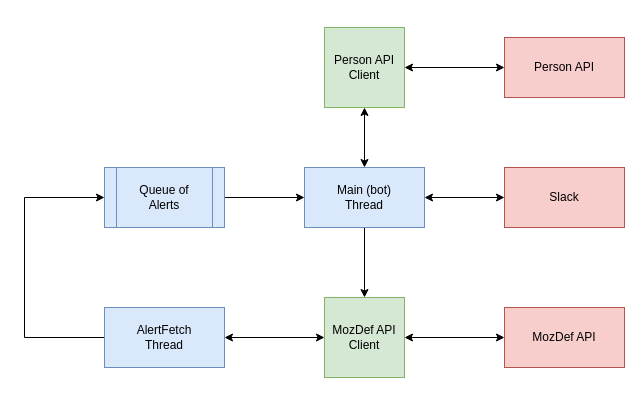
Above: docs/diagrams/bot_architecture.drawio in mozilla/MozDef-Triage-Bot (draw.io), before the change. Source tidied: cells renumbered, new cells numbered last; positions are measured from the earlier drawing's top-left corner, leaving out a move shared by most shapes. Both pictures are drawn from the tidied source at 100%, with x=0, y=0 at pixel (24, 27).
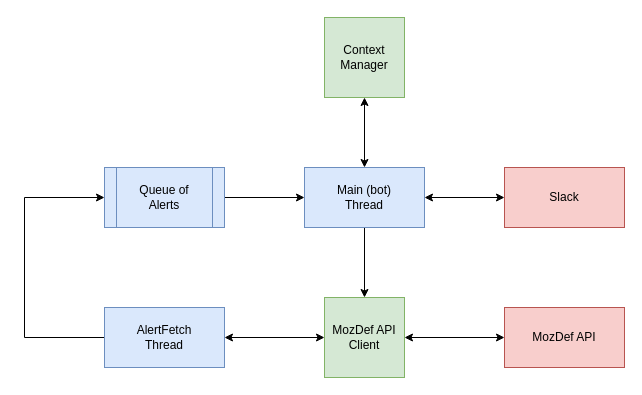
After the change.

Commit message (it also covers changes not shown here):
Slack username lookup can happen through Slack API but we need to manage context around interactive messages

What changed in the source:
```diff
@@
 <mxGraphModel>
   <root>
     <mxCell id="0" />
     <mxCell id="1" parent="0" />
     <mxCell id="2" style="edgeStyle=orthogonalEdgeStyle;rounded=0;jettySize=auto;html=1;exitX=0;exitY=0.5;exitDx=0;exitDy=0;entryX=0;entryY=0.5;entryDx=0;entryDy=0;" parent="1" edge="1" source="4" target="9">
       <mxGeometry relative="1" as="geometry">
         <Array as="points">
           <mxPoint y="310" />
           <mxPoint y="170" />
         </Array>
       </mxGeometry>
     </mxCell>
     <mxCell id="3" style="edgeStyle=orthogonalEdgeStyle;rounded=0;jettySize=auto;html=1;exitX=1;exitY=0.5;exitDx=0;exitDy=0;entryX=0;entryY=0.5;entryDx=0;entryDy=0;startArrow=classic;startFill=1;" parent="1" edge="1" source="4" target="17">
       <mxGeometry relative="1" as="geometry" />
     </mxCell>
     <mxCell id="4" value="AlertFetch&lt;br&gt;Thread" style="rounded=0;whiteSpace=wrap;html=1;fillColor=#dae8fc;strokeColor=#6c8ebf;" parent="1" vertex="1">
       <mxGeometry x="80" y="280" width="120" height="60" as="geometry" />
     </mxCell>
-    <mxCell id="5" style="edgeStyle=orthogonalEdgeStyle;rounded=0;jettySize=auto;html=1;exitX=0.5;exitY=0;exitDx=0;exitDy=0;entryX=0.5;entryY=1;entryDx=0;entryDy=0;startArrow=classic;startFill=1;" parent="1" edge="1" source="7" target="15">
-      <mxGeometry relative="1" as="geometry" />
-    </mxCell>
     <mxCell id="6" style="edgeStyle=orthogonalEdgeStyle;rounded=0;jettySize=auto;html=1;exitX=0.5;exitY=1;exitDx=0;exitDy=0;entryX=0.5;entryY=0;entryDx=0;entryDy=0;startArrow=none;startFill=0;" parent="1" edge="1" source="7" target="17">
       <mxGeometry relative="1" as="geometry" />
     </mxCell>
     <mxCell id="7" value="Main (bot)&lt;br&gt;Thread" style="rounded=0;whiteSpace=wrap;html=1;fillColor=#dae8fc;strokeColor=#6c8ebf;" parent="1" vertex="1">
       <mxGeometry x="280" y="140" width="120" height="60" as="geometry" />
     </mxCell>
     <mxCell id="8" style="edgeStyle=orthogonalEdgeStyle;rounded=0;jettySize=auto;html=1;exitX=1;exitY=0.5;exitDx=0;exitDy=0;entryX=0;entryY=0.5;entryDx=0;entryDy=0;" parent="1" edge="1" source="9" target="7">
       <mxGeometry relative="1" as="geometry" />
     </mxCell>
     <mxCell id="9" value="Queue of&lt;br&gt;Alerts" style="shape=process;whiteSpace=wrap;html=1;backgroundOutline=1;fillColor=#dae8fc;strokeColor=#6c8ebf;" parent="1" vertex="1">
       <mxGeometry x="80" y="140" width="120" height="60" as="geometry" />
     </mxCell>
     <mxCell id="10" value="MozDef API" style="rounded=0;whiteSpace=wrap;html=1;fillColor=#f8cecc;strokeColor=#b85450;" parent="1" vertex="1">
       <mxGeometry x="480" y="280" width="120" height="60" as="geometry" />
     </mxCell>
-    <mxCell id="11" value="Person API" style="rounded=0;whiteSpace=wrap;html=1;fillColor=#f8cecc;strokeColor=#b85450;" parent="1" vertex="1">
-      <mxGeometry x="480" y="10" width="120" height="60" as="geometry" />
-    </mxCell>
     <mxCell id="12" style="edgeStyle=orthogonalEdgeStyle;rounded=0;jettySize=auto;html=1;exitX=0;exitY=0.5;exitDx=0;exitDy=0;startArrow=classic;startFill=1;" parent="1" edge="1" source="13" target="7">
       <mxGeometry relative="1" as="geometry" />
     </mxCell>
     <mxCell id="13" value="Slack" style="rounded=0;whiteSpace=wrap;html=1;fillColor=#f8cecc;strokeColor=#b85450;" parent="1" vertex="1">
       <mxGeometry x="480" y="140" width="120" height="60" as="geometry" />
     </mxCell>
-    <mxCell id="14" style="edgeStyle=orthogonalEdgeStyle;rounded=0;jettySize=auto;html=1;exitX=1;exitY=0.5;exitDx=0;exitDy=0;entryX=0;entryY=0.5;entryDx=0;entryDy=0;startArrow=classic;startFill=1;" parent="1" edge="1" source="15" target="11">
-      <mxGeometry relative="1" as="geometry" />
-    </mxCell>
-    <mxCell id="15" value="Person API&lt;br&gt;Client" style="rounded=0;whiteSpace=wrap;html=1;fillColor=#d5e8d4;strokeColor=#82b366;" parent="1" vertex="1">
-      <mxGeometry x="300" width="80" height="80" as="geometry" />
-    </mxCell>
     <mxCell id="16" style="edgeStyle=orthogonalEdgeStyle;rounded=0;jettySize=auto;html=1;exitX=1;exitY=0.5;exitDx=0;exitDy=0;entryX=0;entryY=0.5;entryDx=0;entryDy=0;startArrow=classic;startFill=1;" parent="1" edge="1" source="17" target="10">
       <mxGeometry relative="1" as="geometry" />
     </mxCell>
     <mxCell id="17" value="MozDef API&lt;br&gt;Client" style="rounded=0;whiteSpace=wrap;html=1;fillColor=#d5e8d4;strokeColor=#82b366;" parent="1" vertex="1">
       <mxGeometry x="300" y="270" width="80" height="80" as="geometry" />
     </mxCell>
+    <mxCell id="18" style="edgeStyle=orthogonalEdgeStyle;rounded=0;jettySize=auto;html=1;exitX=0.5;exitY=1;exitDx=0;exitDy=0;entryX=0.5;entryY=0;entryDx=0;entryDy=0;startArrow=classic;startFill=1;" parent="1" edge="1" source="19" target="7">
+      <mxGeometry relative="1" as="geometry" />
+    </mxCell>
+    <mxCell id="19" value="Context&lt;br&gt;Manager" style="rounded=0;whiteSpace=wrap;html=1;fillColor=#d5e8d4;strokeColor=#82b366;" parent="1" vertex="1">
+      <mxGeometry x="300" y="-10" width="80" height="80" as="geometry" />
+    </mxCell>
   </root>
 </mxGraphModel>
```
